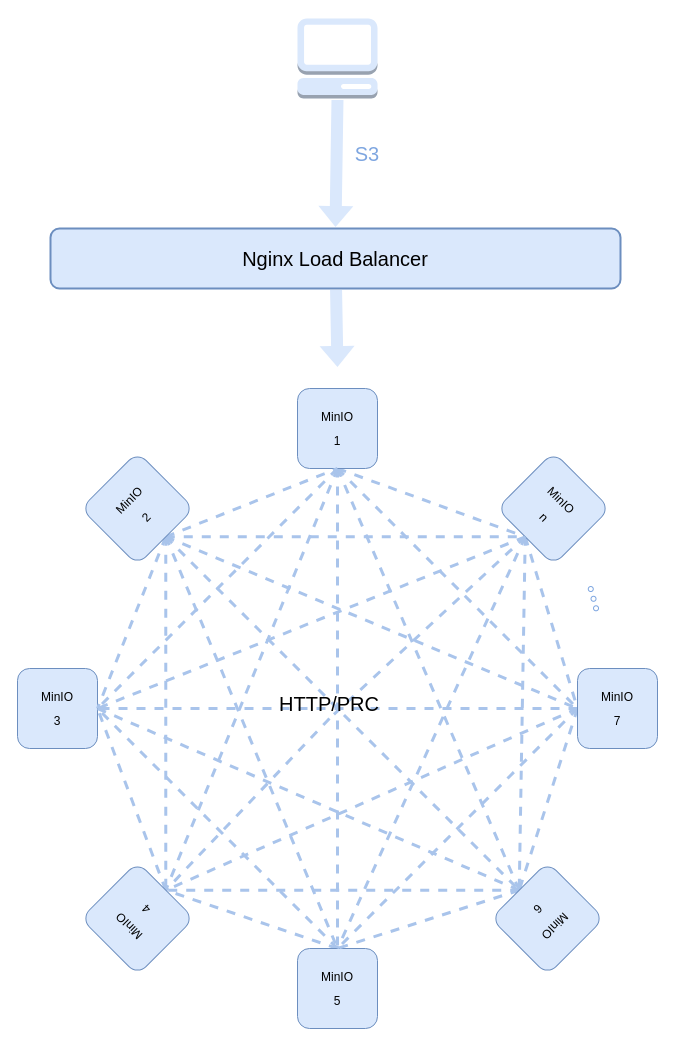
zhiylee/notes keeps this draw.io diagram as 其他/Untitled Diagram.drawio. Above is the earlier version. Source tidied: cells renumbered, new cells numbered last; positions are measured from the earlier drawing's top-left corner, leaving out a move shared by most shapes. Both pictures are drawn from the tidied source at 100%, with x=0, y=0 at pixel (17, 18).
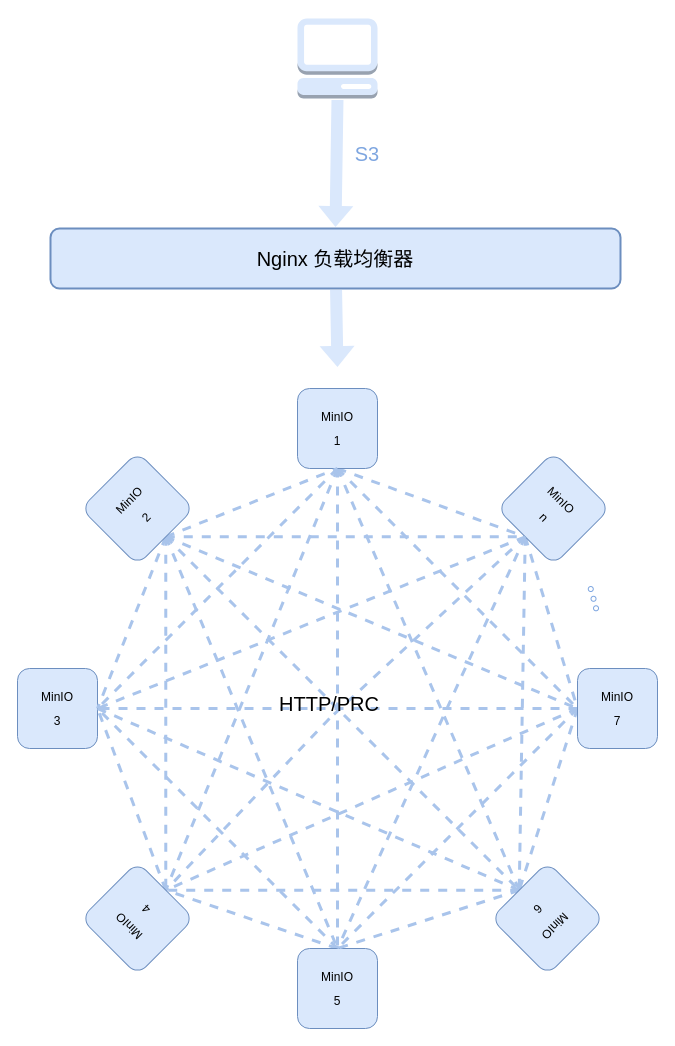
The same page after the edit.

Commit message:
MinIO分布式架构.drawio

The edit, as a diff of the source:
```diff
@@
-    <mxCell id="44" value="Nginx Load Balancer" style="rounded=1;whiteSpace=wrap;html=1;fontFamily=Helvetica;fontSize=20;strokeWidth=2;fillColor=#dae8fc;strokeColor=#6c8ebf;" parent="1" vertex="1">
+    <mxCell id="44" value="Nginx 负载均衡器" style="rounded=1;whiteSpace=wrap;html=1;fontFamily=Helvetica;fontSize=20;strokeWidth=2;fillColor=#dae8fc;strokeColor=#6c8ebf;" parent="1" vertex="1">
       <mxGeometry x="33" y="210" width="570" height="60" as="geometry" />
     </mxCell>
```
